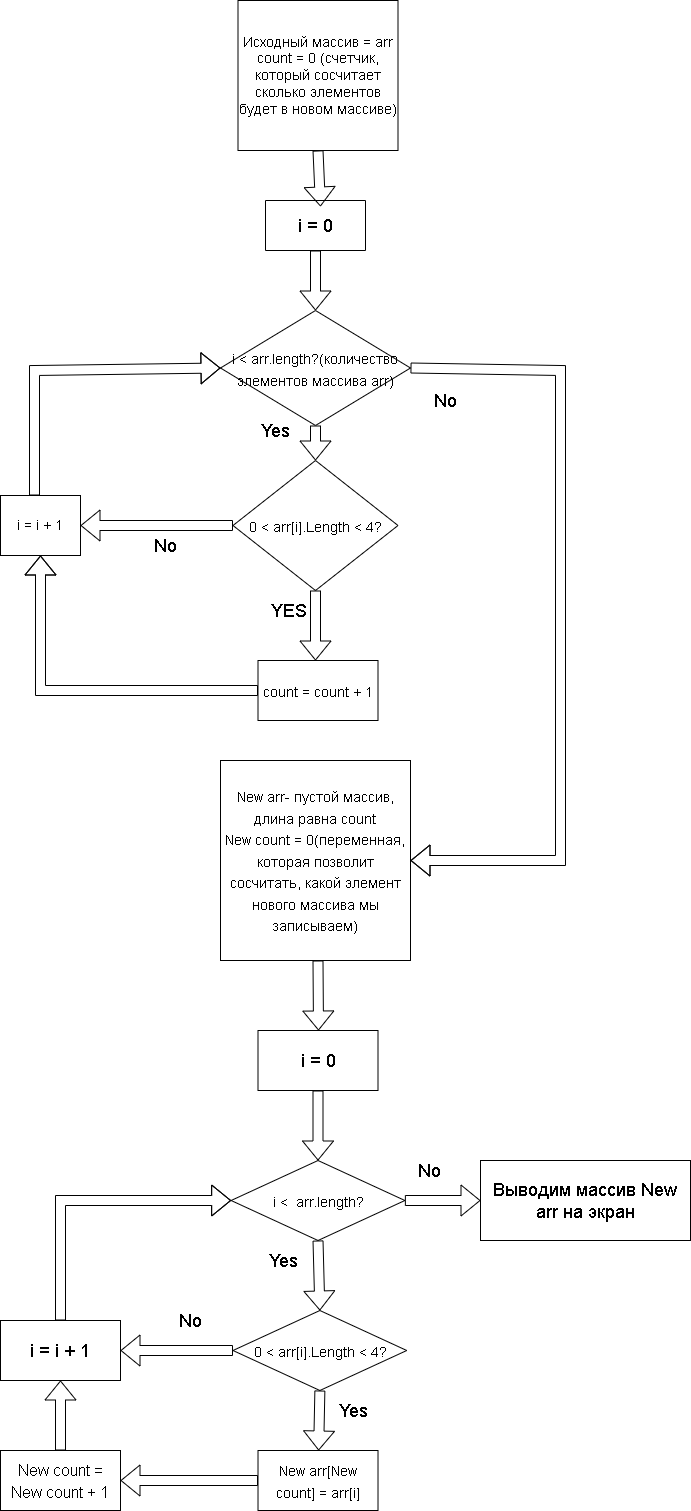
This is Task.png from AntonBurmasov/Verification-work, a draw.io export, as it was before one commit. Source tidied: cells renumbered, new cells last; positions are measured from the earlier drawing's top-left corner, leaving out a move shared by most shapes. The source it was exported from:
```xml
<mxGraphModel>
  <root>
    <mxCell id="0" />
    <mxCell id="1" parent="0" />
    <mxCell id="2" value="&lt;font style=&quot;font-size: 14px;&quot;&gt;Исходный массив = arr&lt;br&gt;count = 0 (счетчик, который сосчитает сколько элементов будет в новом массиве)&lt;/font&gt;" style="rounded=0;whiteSpace=wrap;html=1;" parent="1" vertex="1">
      <mxGeometry x="237.5" width="160" height="150" as="geometry" />
    </mxCell>
    <mxCell id="3" style="shape=flexArrow;endArrow=classic;html=1;rounded=0;exitX=0.5;exitY=1;exitDx=0;exitDy=0;entryX=0.583;entryY=0.025;entryDx=0;entryDy=0;entryPerimeter=0;" parent="1" edge="1" source="2" target="5">
      <mxGeometry relative="1" as="geometry" />
    </mxCell>
    <mxCell id="4" style="swimlane;startSize=0;" parent="1" vertex="1">
      <mxGeometry x="265" y="200" width="100" height="50" as="geometry" />
    </mxCell>
    <mxCell id="5" value="&lt;font style=&quot;font-size: 18px;&quot;&gt;i = 0&lt;/font&gt;" style="text;html=1;align=center;verticalAlign=middle;points=[];strokeColor=none;fillColor=none;" parent="4" vertex="1">
      <mxGeometry x="20" y="5" width="60" height="40" as="geometry" />
    </mxCell>
    <mxCell id="6" style="shape=flexArrow;endArrow=classic;html=1;rounded=0;fontSize=14;exitX=0.5;exitY=1;exitDx=0;exitDy=0;entryX=0.5;entryY=0;entryDx=0;entryDy=0;" parent="1" edge="1" source="4" target="12">
      <mxGeometry relative="1" as="geometry" />
    </mxCell>
    <mxCell id="7" style="shape=flexArrow;endArrow=classic;html=1;rounded=0;fontSize=14;exitX=1;exitY=0.5;exitDx=0;exitDy=0;" parent="1" edge="1" source="12" target="11">
      <mxGeometry relative="1" as="geometry">
        <Array as="points">
          <mxPoint x="560" y="370" />
          <mxPoint x="560" y="860" />
        </Array>
      </mxGeometry>
    </mxCell>
    <mxCell id="8" style="shape=flexArrow;endArrow=classic;html=1;rounded=0;fontSize=14;exitX=0.5;exitY=1;exitDx=0;exitDy=0;entryX=0.5;entryY=0;entryDx=0;entryDy=0;" parent="1" edge="1" source="12" target="13">
      <mxGeometry relative="1" as="geometry" />
    </mxCell>
    <mxCell id="9" value="&lt;font style=&quot;font-size: 18px;&quot;&gt;No&lt;/font&gt;" style="text;html=1;align=center;verticalAlign=middle;strokeColor=none;fillColor=none;fontSize=14;" parent="1" vertex="1">
      <mxGeometry x="420" y="380" width="50" height="40" as="geometry" />
    </mxCell>
    <mxCell id="10" value="Yes" style="text;html=1;align=center;verticalAlign=middle;strokeColor=none;fillColor=none;fontSize=18;" parent="1" vertex="1">
      <mxGeometry x="250" y="410" width="50" height="40" as="geometry" />
    </mxCell>
    <mxCell id="11" value="&lt;font style=&quot;font-size: 14px;&quot;&gt;New arr- пустой массив, длина равна count&lt;br&gt;New count = 0(переменная, которая позволит сосчитать, какой элемент нового массива мы &lt;br&gt;записываем)&lt;br&gt;&lt;/font&gt;" style="rounded=0;whiteSpace=wrap;html=1;fontSize=18;" parent="1" vertex="1">
      <mxGeometry x="220" y="760" width="190" height="200" as="geometry" />
    </mxCell>
    <mxCell id="12" value="&lt;span style=&quot;font-size: 14px;&quot;&gt;i &amp;lt; arr.length?(количество элементов массива arr)&lt;/span&gt;" style="rhombus;whiteSpace=wrap;html=1;fontSize=18;" parent="1" vertex="1">
      <mxGeometry x="220" y="310" width="190" height="115" as="geometry" />
    </mxCell>
    <mxCell id="13" value="&lt;font style=&quot;font-size: 14px;&quot;&gt;0 &amp;lt; arr[i].Length &amp;lt; 4?&lt;/font&gt;" style="rhombus;whiteSpace=wrap;html=1;fontSize=18;" parent="1" vertex="1">
      <mxGeometry x="232.5" y="460" width="165" height="130" as="geometry" />
    </mxCell>
    <mxCell id="14" style="shape=flexArrow;endArrow=classic;html=1;rounded=0;fontSize=14;exitX=0.5;exitY=1;exitDx=0;exitDy=0;" parent="1" edge="1" source="13">
      <mxGeometry relative="1" as="geometry">
        <mxPoint x="315" y="660" as="targetPoint" />
      </mxGeometry>
    </mxCell>
    <mxCell id="15" value="&lt;font style=&quot;font-size: 18px;&quot;&gt;YES&lt;/font&gt;" style="text;html=1;align=center;verticalAlign=middle;strokeColor=none;fillColor=none;fontSize=14;" parent="1" vertex="1">
      <mxGeometry x="257.5" y="590" width="60" height="40" as="geometry" />
    </mxCell>
    <mxCell id="16" value="&lt;font style=&quot;font-size: 14px;&quot;&gt;count = count + 1&lt;/font&gt;" style="rounded=0;whiteSpace=wrap;html=1;fontSize=18;" parent="1" vertex="1">
      <mxGeometry x="257.5" y="660" width="120" height="60" as="geometry" />
    </mxCell>
    <mxCell id="17" value="i = i + 1" style="rounded=0;whiteSpace=wrap;html=1;fontSize=14;" parent="1" vertex="1">
      <mxGeometry y="495" width="80" height="60" as="geometry" />
    </mxCell>
    <mxCell id="18" style="shape=flexArrow;endArrow=classic;html=1;rounded=0;fontSize=14;exitX=0.425;exitY=0;exitDx=0;exitDy=0;entryX=0;entryY=0.5;entryDx=0;entryDy=0;exitPerimeter=0;" parent="1" edge="1" source="17" target="12">
      <mxGeometry relative="1" as="geometry">
        <Array as="points">
          <mxPoint x="34" y="370" />
        </Array>
      </mxGeometry>
    </mxCell>
    <mxCell id="19" value="&lt;font style=&quot;font-size: 18px;&quot;&gt;No&lt;/font&gt;" style="text;html=1;align=center;verticalAlign=middle;strokeColor=none;fillColor=none;fontSize=14;" parent="1" vertex="1">
      <mxGeometry x="140" y="525" width="50" height="40" as="geometry" />
    </mxCell>
    <mxCell id="20" value="&lt;font style=&quot;font-size: 18px;&quot;&gt;i = 0&lt;/font&gt;" style="rounded=0;whiteSpace=wrap;html=1;fontSize=14;" parent="1" vertex="1">
      <mxGeometry x="257.5" y="1030" width="120" height="60" as="geometry" />
    </mxCell>
    <mxCell id="21" style="shape=flexArrow;endArrow=classic;html=1;rounded=0;fontSize=14;" parent="1" edge="1">
      <mxGeometry relative="1" as="geometry">
        <mxPoint x="317.5" y="960" as="sourcePoint" />
        <mxPoint x="318" y="1030" as="targetPoint" />
      </mxGeometry>
    </mxCell>
    <mxCell id="22" style="shape=flexArrow;endArrow=classic;html=1;rounded=0;fontSize=18;exitX=0.5;exitY=1;exitDx=0;exitDy=0;entryX=0.5;entryY=0;entryDx=0;entryDy=0;" parent="1" edge="1" source="20" target="23">
      <mxGeometry relative="1" as="geometry" />
    </mxCell>
    <mxCell id="23" value="&lt;font style=&quot;font-size: 14px;&quot;&gt;i &amp;lt;&amp;nbsp;&amp;nbsp;arr.length?&lt;/font&gt;" style="rhombus;whiteSpace=wrap;html=1;fontSize=18;" parent="1" vertex="1">
      <mxGeometry x="230.6" y="1160" width="173.8" height="80" as="geometry" />
    </mxCell>
    <mxCell id="24" style="shape=flexArrow;endArrow=classic;html=1;rounded=0;fontSize=14;exitX=1;exitY=0.5;exitDx=0;exitDy=0;" parent="1" edge="1" source="23">
      <mxGeometry relative="1" as="geometry">
        <mxPoint x="480" y="1200" as="targetPoint" />
      </mxGeometry>
    </mxCell>
    <mxCell id="25" style="shape=flexArrow;endArrow=classic;html=1;rounded=0;fontSize=14;exitX=0.5;exitY=1;exitDx=0;exitDy=0;entryX=0.5;entryY=0;entryDx=0;entryDy=0;" parent="1" edge="1" source="23" target="28">
      <mxGeometry relative="1" as="geometry" />
    </mxCell>
    <mxCell id="26" value="&lt;font style=&quot;font-size: 18px;&quot;&gt;No&lt;/font&gt;" style="text;html=1;align=center;verticalAlign=middle;strokeColor=none;fillColor=none;fontSize=14;" parent="1" vertex="1">
      <mxGeometry x="404.4" y="1150" width="50" height="40" as="geometry" />
    </mxCell>
    <mxCell id="27" value="Yes" style="text;html=1;align=center;verticalAlign=middle;strokeColor=none;fillColor=none;fontSize=18;" parent="1" vertex="1">
      <mxGeometry x="257.5" y="1240" width="50" height="40" as="geometry" />
    </mxCell>
    <mxCell id="28" value="&lt;span style=&quot;font-size: 14px;&quot;&gt;0 &amp;lt; arr[i].Length &amp;lt; 4?&lt;/span&gt;" style="rhombus;whiteSpace=wrap;html=1;fontSize=18;" parent="1" vertex="1">
      <mxGeometry x="232.5" y="1310" width="173.8" height="80" as="geometry" />
    </mxCell>
    <mxCell id="29" style="shape=flexArrow;endArrow=classic;html=1;rounded=0;fontSize=18;exitX=0.5;exitY=1;exitDx=0;exitDy=0;" parent="1" edge="1" source="28" target="30">
      <mxGeometry relative="1" as="geometry" />
    </mxCell>
    <mxCell id="30" value="&lt;font style=&quot;font-size: 14px;&quot;&gt;New arr[New count] = arr[i]&lt;/font&gt;" style="rounded=0;whiteSpace=wrap;html=1;fontSize=18;" parent="1" vertex="1">
      <mxGeometry x="257.5" y="1450" width="120" height="60" as="geometry" />
    </mxCell>
    <mxCell id="31" value="&lt;font style=&quot;font-size: 18px;&quot;&gt;Yes&lt;/font&gt;" style="text;html=1;align=center;verticalAlign=middle;strokeColor=none;fillColor=none;fontSize=14;" parent="1" vertex="1">
      <mxGeometry x="327.5" y="1390" width="50" height="40" as="geometry" />
    </mxCell>
    <mxCell id="32" value="&lt;font size=&quot;3&quot;&gt;New count = New count + 1&lt;/font&gt;" style="rounded=0;whiteSpace=wrap;html=1;fontSize=18;" parent="1" vertex="1">
      <mxGeometry y="1450" width="120" height="60" as="geometry" />
    </mxCell>
    <mxCell id="33" style="shape=flexArrow;endArrow=classic;html=1;rounded=0;fontSize=14;exitX=0;exitY=0.5;exitDx=0;exitDy=0;entryX=1;entryY=0.5;entryDx=0;entryDy=0;" parent="1" edge="1" source="30" target="32">
      <mxGeometry relative="1" as="geometry" />
    </mxCell>
    <mxCell id="34" value="&lt;font style=&quot;font-size: 18px;&quot;&gt;i = i + 1&lt;/font&gt;" style="rounded=0;whiteSpace=wrap;html=1;fontSize=14;" parent="1" vertex="1">
      <mxGeometry y="1320" width="120" height="60" as="geometry" />
    </mxCell>
    <mxCell id="35" style="shape=flexArrow;endArrow=classic;html=1;rounded=0;fontSize=18;exitX=0;exitY=0.5;exitDx=0;exitDy=0;entryX=1;entryY=0.5;entryDx=0;entryDy=0;" parent="1" edge="1" source="28" target="34">
      <mxGeometry relative="1" as="geometry" />
    </mxCell>
    <mxCell id="36" style="shape=flexArrow;endArrow=classic;html=1;rounded=0;fontSize=18;exitX=0.5;exitY=0;exitDx=0;exitDy=0;" parent="1" edge="1" source="32" target="34">
      <mxGeometry relative="1" as="geometry" />
    </mxCell>
    <mxCell id="37" style="shape=flexArrow;endArrow=classic;html=1;rounded=0;fontSize=18;exitX=0.5;exitY=0;exitDx=0;exitDy=0;entryX=0;entryY=0.5;entryDx=0;entryDy=0;" parent="1" edge="1" source="34" target="23">
      <mxGeometry relative="1" as="geometry">
        <Array as="points">
          <mxPoint x="60" y="1200" />
        </Array>
      </mxGeometry>
    </mxCell>
    <mxCell id="38" style="shape=flexArrow;endArrow=classic;html=1;rounded=0;fontSize=18;exitX=0;exitY=0.5;exitDx=0;exitDy=0;entryX=1;entryY=0.5;entryDx=0;entryDy=0;" parent="1" edge="1" source="13" target="17">
      <mxGeometry relative="1" as="geometry" />
    </mxCell>
    <mxCell id="39" style="shape=flexArrow;endArrow=classic;html=1;rounded=0;fontSize=18;exitX=0;exitY=0.5;exitDx=0;exitDy=0;entryX=0.5;entryY=1;entryDx=0;entryDy=0;" parent="1" edge="1" source="16" target="17">
      <mxGeometry relative="1" as="geometry">
        <Array as="points">
          <mxPoint x="40" y="690" />
        </Array>
      </mxGeometry>
    </mxCell>
    <mxCell id="40" value="Выводим массив New arr на экран" style="rounded=0;whiteSpace=wrap;html=1;fontSize=18;" parent="1" vertex="1">
      <mxGeometry x="480" y="1160" width="210" height="80" as="geometry" />
    </mxCell>
    <mxCell id="41" value="No" style="text;html=1;align=center;verticalAlign=middle;strokeColor=none;fillColor=none;fontSize=18;" parent="1" vertex="1">
      <mxGeometry x="165" y="1300" width="50" height="40" as="geometry" />
    </mxCell>
  </root>
</mxGraphModel>
```
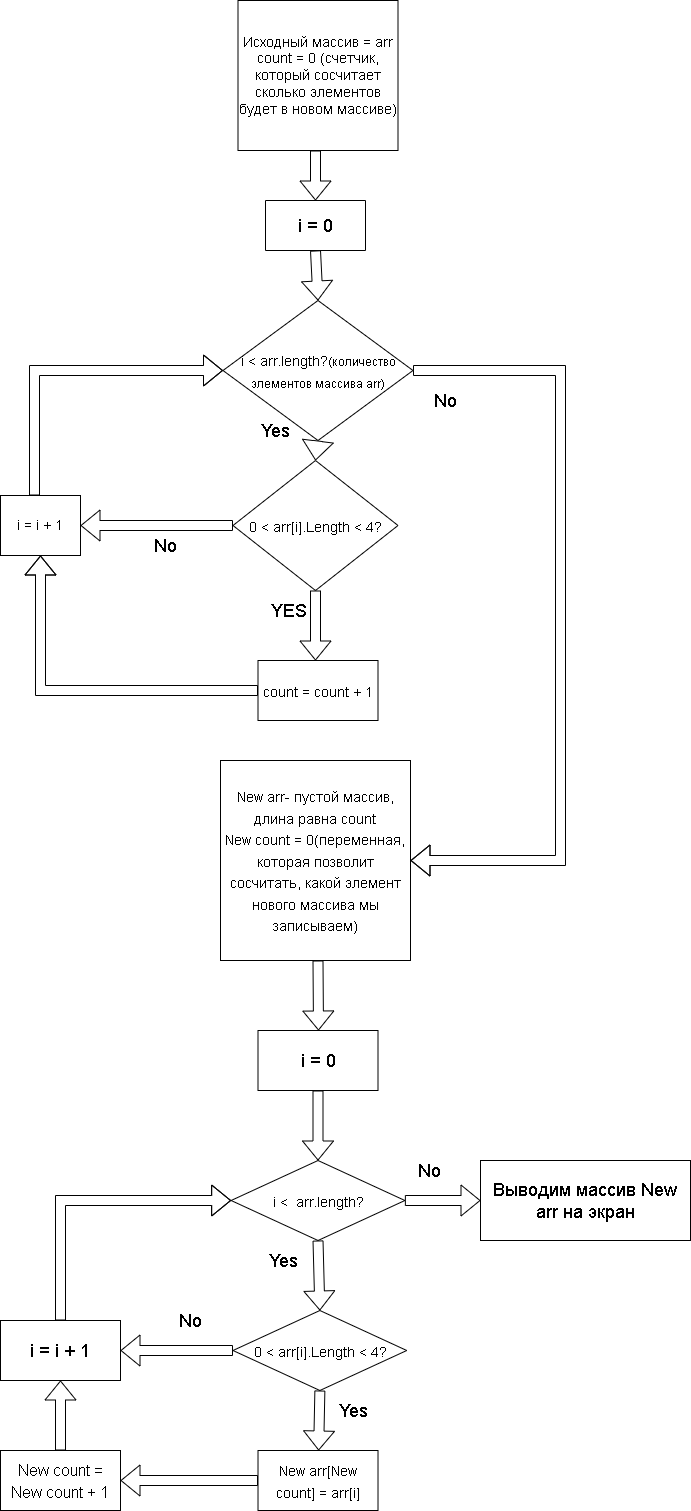
The same diagram one commit later.

What changed in the source:
```diff
@@ -5,8 +5,10 @@
     <mxCell id="2" value="&lt;font style=&quot;font-size: 14px;&quot;&gt;Исходный массив = arr&lt;br&gt;count = 0 (счетчик, который сосчитает сколько элементов будет в новом массиве)&lt;/font&gt;" style="rounded=0;whiteSpace=wrap;html=1;" parent="1" vertex="1">
       <mxGeometry x="237.5" width="160" height="150" as="geometry" />
     </mxCell>
-    <mxCell id="3" style="shape=flexArrow;endArrow=classic;html=1;rounded=0;exitX=0.5;exitY=1;exitDx=0;exitDy=0;entryX=0.583;entryY=0.025;entryDx=0;entryDy=0;entryPerimeter=0;" parent="1" edge="1" source="2" target="5">
-      <mxGeometry relative="1" as="geometry" />
+    <mxCell id="3" style="shape=flexArrow;endArrow=classic;html=1;rounded=0;entryX=0.5;entryY=0;entryDx=0;entryDy=0;" parent="1" edge="1" target="4">
+      <mxGeometry relative="1" as="geometry">
+        <mxPoint x="315" y="150" as="sourcePoint" />
+      </mxGeometry>
     </mxCell>
     <mxCell id="4" style="swimlane;startSize=0;" parent="1" vertex="1">
       <mxGeometry x="265" y="200" width="100" height="50" as="geometry" />
@@ -37,8 +39,8 @@
     <mxCell id="11" value="&lt;font style=&quot;font-size: 14px;&quot;&gt;New arr- пустой массив, длина равна count&lt;br&gt;New count = 0(переменная, которая позволит сосчитать, какой элемент нового массива мы &lt;br&gt;записываем)&lt;br&gt;&lt;/font&gt;" style="rounded=0;whiteSpace=wrap;html=1;fontSize=18;" parent="1" vertex="1">
       <mxGeometry x="220" y="760" width="190" height="200" as="geometry" />
     </mxCell>
-    <mxCell id="12" value="&lt;span style=&quot;font-size: 14px;&quot;&gt;i &amp;lt; arr.length?(количество элементов массива arr)&lt;/span&gt;" style="rhombus;whiteSpace=wrap;html=1;fontSize=18;" parent="1" vertex="1">
-      <mxGeometry x="220" y="310" width="190" height="115" as="geometry" />
+    <mxCell id="12" value="&lt;span style=&quot;font-size: 14px;&quot;&gt;i &amp;lt; arr.length?&lt;/span&gt;&lt;font style=&quot;font-size: 12px;&quot;&gt;(количество элементов массива arr)&lt;/font&gt;" style="rhombus;whiteSpace=wrap;html=1;fontSize=18;" parent="1" vertex="1">
+      <mxGeometry x="222.5" y="300" width="190" height="140" as="geometry" />
     </mxCell>
     <mxCell id="13" value="&lt;font style=&quot;font-size: 14px;&quot;&gt;0 &amp;lt; arr[i].Length &amp;lt; 4?&lt;/font&gt;" style="rhombus;whiteSpace=wrap;html=1;fontSize=18;" parent="1" vertex="1">
       <mxGeometry x="232.5" y="460" width="165" height="130" as="geometry" />
```
